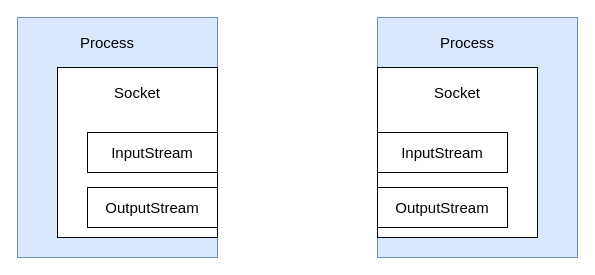
Before: Network.drawio in Lee-seungju/drawfile, a draw.io diagram. Source tidied: cells renumbered, new cells numbered last; positions are measured from the earlier drawing's top-left corner, leaving out a move shared by most shapes. Both pictures are drawn from the tidied source at 100%, with x=0, y=0 at pixel (17, 17).
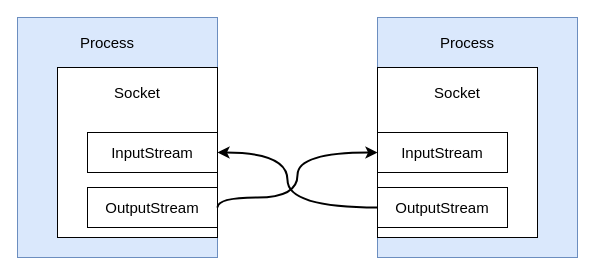
Above is the later version.

Diff of the diagram source:
```diff
@@
 <mxGraphModel>
   <root>
     <mxCell id="0" />
     <mxCell id="1" parent="0" />
     <mxCell id="2" style="rounded=0;whiteSpace=wrap;html=1;fillColor=#dae8fc;strokeColor=#6c8ebf;" parent="1" vertex="1">
       <mxGeometry width="200" height="240" as="geometry" />
     </mxCell>
     <mxCell id="3" value="&lt;font style=&quot;font-size: 15px&quot;&gt;Process&lt;/font&gt;" style="text;html=1;strokeColor=none;fillColor=none;align=center;verticalAlign=middle;whiteSpace=wrap;rounded=0;" parent="1" vertex="1">
       <mxGeometry x="60" y="10" width="60" height="30" as="geometry" />
     </mxCell>
     <mxCell id="4" style="rounded=0;whiteSpace=wrap;html=1;" parent="1" vertex="1">
       <mxGeometry x="40" y="50" width="160" height="170" as="geometry" />
     </mxCell>
     <mxCell id="5" value="&lt;font style=&quot;font-size: 15px&quot;&gt;Socket&lt;/font&gt;" style="text;html=1;strokeColor=none;fillColor=none;align=center;verticalAlign=middle;whiteSpace=wrap;rounded=0;" parent="1" vertex="1">
       <mxGeometry x="90" y="60" width="60" height="30" as="geometry" />
     </mxCell>
     <mxCell id="6" value="&lt;font style=&quot;font-size: 15px&quot;&gt;InputStream&lt;/font&gt;" style="rounded=0;whiteSpace=wrap;html=1;" parent="1" vertex="1">
       <mxGeometry x="70" y="115" width="130" height="40" as="geometry" />
     </mxCell>
     <mxCell id="7" value="&lt;font style=&quot;font-size: 15px&quot;&gt;OutputStream&lt;/font&gt;" style="rounded=0;whiteSpace=wrap;html=1;" parent="1" vertex="1">
       <mxGeometry x="70" y="170" width="130" height="40" as="geometry" />
     </mxCell>
     <mxCell id="8" style="rounded=0;whiteSpace=wrap;html=1;fillColor=#dae8fc;strokeColor=#6c8ebf;" parent="1" vertex="1">
       <mxGeometry x="360" width="200" height="240" as="geometry" />
     </mxCell>
     <mxCell id="9" value="&lt;font style=&quot;font-size: 15px&quot;&gt;Process&lt;/font&gt;" style="text;html=1;strokeColor=none;fillColor=none;align=center;verticalAlign=middle;whiteSpace=wrap;rounded=0;" parent="1" vertex="1">
       <mxGeometry x="420" y="10" width="60" height="30" as="geometry" />
     </mxCell>
     <mxCell id="10" style="rounded=0;whiteSpace=wrap;html=1;" parent="1" vertex="1">
       <mxGeometry x="360" y="50" width="160" height="170" as="geometry" />
     </mxCell>
     <mxCell id="11" value="&lt;font style=&quot;font-size: 15px&quot;&gt;Socket&lt;/font&gt;" style="text;html=1;strokeColor=none;fillColor=none;align=center;verticalAlign=middle;whiteSpace=wrap;rounded=0;" parent="1" vertex="1">
       <mxGeometry x="410" y="60" width="60" height="30" as="geometry" />
     </mxCell>
     <mxCell id="12" value="&lt;font style=&quot;font-size: 15px&quot;&gt;InputStream&lt;/font&gt;" style="rounded=0;whiteSpace=wrap;html=1;" parent="1" vertex="1">
       <mxGeometry x="360" y="115" width="130" height="40" as="geometry" />
     </mxCell>
     <mxCell id="13" value="&lt;font style=&quot;font-size: 15px&quot;&gt;OutputStream&lt;/font&gt;" style="rounded=0;whiteSpace=wrap;html=1;" parent="1" vertex="1">
       <mxGeometry x="360" y="170" width="130" height="40" as="geometry" />
     </mxCell>
+    <mxCell id="14" style="curved=1;endArrow=classic;html=1;rounded=0;fontSize=15;strokeWidth=2;edgeStyle=orthogonalEdgeStyle;exitX=0;exitY=0.5;exitDx=0;exitDy=0;entryX=1;entryY=0.5;entryDx=0;entryDy=0;" parent="1" edge="1" source="13" target="6">
+      <mxGeometry relative="1" as="geometry">
+        <Array as="points">
+          <mxPoint x="270" y="190" />
+          <mxPoint x="270" y="135" />
+        </Array>
+      </mxGeometry>
+    </mxCell>
+    <mxCell id="15" style="curved=1;endArrow=classic;html=1;rounded=0;fontSize=15;strokeWidth=2;edgeStyle=orthogonalEdgeStyle;exitX=1;exitY=0.5;exitDx=0;exitDy=0;entryX=0;entryY=0.5;entryDx=0;entryDy=0;" parent="1" edge="1" source="7" target="12">
+      <mxGeometry relative="1" as="geometry">
+        <Array as="points">
+          <mxPoint x="200" y="180" />
+          <mxPoint x="280" y="180" />
+          <mxPoint x="280" y="135" />
+        </Array>
+      </mxGeometry>
+    </mxCell>
   </root>
 </mxGraphModel>
```
